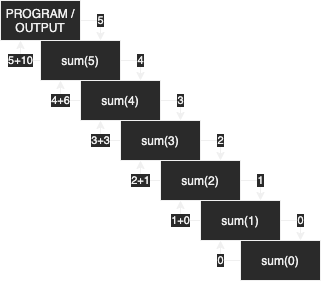
This is Resources/RecursionIntDiagram.png from SynMQU/COMP1010_2020, a draw.io export, as it was before one commit. Source tidied: cells renumbered, new cells last; positions are measured from the earlier drawing's top-left corner, leaving out a move shared by most shapes.
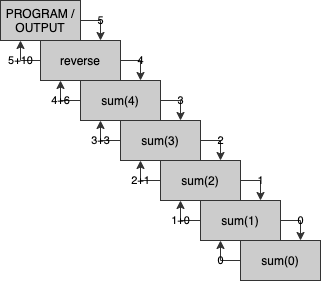
After the commit.

The edit, as a diff of the source:
```diff
@@ -2,84 +2,88 @@
   <root>
     <mxCell id="0" />
     <mxCell id="1" parent="0" />
-    <mxCell id="2" value="0" style="edgeStyle=orthogonalEdgeStyle;rounded=0;jettySize=auto;html=1;exitX=1;exitY=0.5;exitDx=0;exitDy=0;entryX=0.75;entryY=0;entryDx=0;entryDy=0;" parent="1" edge="1" source="3" target="5">
-      <mxGeometry relative="1" as="geometry" />
-    </mxCell>
+    <mxCell id="21" value="0" style="edgeStyle=orthogonalEdgeStyle;rounded=0;jettySize=auto;html=1;exitX=1;exitY=0.5;exitDx=0;exitDy=0;entryX=0.75;entryY=0;entryDx=0;entryDy=0;labelBackgroundColor=none;fontColor=#000000;strokeColor=#333333;" parent="1" edge="1" source="3">
+      <mxGeometry relative="1" as="geometry">
+        <mxPoint x="300" y="240" as="targetPoint" />
+      </mxGeometry>
+    </mxCell>
-    <mxCell id="3" value="sum(1)" style="rounded=0;whiteSpace=wrap;html=1;" parent="1" vertex="1">
+    <mxCell id="3" value="sum(1)" style="rounded=0;whiteSpace=wrap;html=1;labelBackgroundColor=none;fontColor=#000000;strokeColor=#333333;fillColor=#CCCCCC;" parent="1" vertex="1">
       <mxGeometry x="200" y="200" width="80" height="40" as="geometry" />
     </mxCell>
-    <mxCell id="4" value="0" style="edgeStyle=orthogonalEdgeStyle;rounded=0;jettySize=auto;html=1;exitX=0;exitY=0.5;exitDx=0;exitDy=0;entryX=0.25;entryY=1;entryDx=0;entryDy=0;" parent="1" edge="1" source="5" target="3">
-      <mxGeometry relative="1" as="geometry" />
-    </mxCell>
-    <mxCell id="5" value="sum(0)" style="rounded=0;whiteSpace=wrap;html=1;" parent="1" vertex="1">
-      <mxGeometry x="240" y="240" width="80" height="40" as="geometry" />
-    </mxCell>
+    <mxCell id="22" value="0" style="edgeStyle=orthogonalEdgeStyle;rounded=0;jettySize=auto;html=1;exitX=0;exitY=0.5;exitDx=0;exitDy=0;entryX=0.25;entryY=1;entryDx=0;entryDy=0;labelBackgroundColor=none;fontColor=#000000;strokeColor=#333333;" parent="1" edge="1" target="3">
+      <mxGeometry relative="1" as="geometry">
+        <mxPoint x="240" y="260" as="sourcePoint" />
+      </mxGeometry>
+    </mxCell>
-    <mxCell id="6" value="1" style="edgeStyle=orthogonalEdgeStyle;rounded=0;jettySize=auto;html=1;exitX=1;exitY=0.5;exitDx=0;exitDy=0;entryX=0.75;entryY=0;entryDx=0;entryDy=0;" parent="1" edge="1" source="7">
+    <mxCell id="6" value="1" style="edgeStyle=orthogonalEdgeStyle;rounded=0;jettySize=auto;html=1;exitX=1;exitY=0.5;exitDx=0;exitDy=0;entryX=0.75;entryY=0;entryDx=0;entryDy=0;labelBackgroundColor=none;fontColor=#000000;strokeColor=#333333;" parent="1" edge="1" source="7">
       <mxGeometry relative="1" as="geometry">
         <mxPoint x="260" y="200" as="targetPoint" />
       </mxGeometry>
     </mxCell>
-    <mxCell id="7" value="sum(2)" style="rounded=0;whiteSpace=wrap;html=1;" parent="1" vertex="1">
+    <mxCell id="7" value="sum(2)" style="rounded=0;whiteSpace=wrap;html=1;labelBackgroundColor=none;fontColor=#000000;strokeColor=#333333;fillColor=#CCCCCC;" parent="1" vertex="1">
       <mxGeometry x="160" y="160" width="80" height="40" as="geometry" />
     </mxCell>
-    <mxCell id="8" value="1+0" style="edgeStyle=orthogonalEdgeStyle;rounded=0;jettySize=auto;html=1;exitX=0;exitY=0.5;exitDx=0;exitDy=0;entryX=0.25;entryY=1;entryDx=0;entryDy=0;" parent="1" edge="1" target="7">
+    <mxCell id="8" value="1+0" style="edgeStyle=orthogonalEdgeStyle;rounded=0;jettySize=auto;html=1;exitX=0;exitY=0.5;exitDx=0;exitDy=0;entryX=0.25;entryY=1;entryDx=0;entryDy=0;labelBackgroundColor=none;fontColor=#000000;strokeColor=#333333;" parent="1" edge="1" target="7">
       <mxGeometry relative="1" as="geometry">
         <mxPoint x="200" y="220" as="sourcePoint" />
       </mxGeometry>
     </mxCell>
-    <mxCell id="9" value="2" style="edgeStyle=orthogonalEdgeStyle;rounded=0;jettySize=auto;html=1;exitX=1;exitY=0.5;exitDx=0;exitDy=0;entryX=0.75;entryY=0;entryDx=0;entryDy=0;" parent="1" edge="1" source="10">
+    <mxCell id="9" value="2" style="edgeStyle=orthogonalEdgeStyle;rounded=0;jettySize=auto;html=1;exitX=1;exitY=0.5;exitDx=0;exitDy=0;entryX=0.75;entryY=0;entryDx=0;entryDy=0;labelBackgroundColor=none;fontColor=#000000;strokeColor=#333333;" parent="1" edge="1" source="10">
       <mxGeometry relative="1" as="geometry">
         <mxPoint x="220" y="160" as="targetPoint" />
       </mxGeometry>
     </mxCell>
-    <mxCell id="10" value="sum(3)" style="rounded=0;whiteSpace=wrap;html=1;" parent="1" vertex="1">
+    <mxCell id="10" value="sum(3)" style="rounded=0;whiteSpace=wrap;html=1;labelBackgroundColor=none;fontColor=#000000;strokeColor=#333333;fillColor=#CCCCCC;" parent="1" vertex="1">
       <mxGeometry x="120" y="120" width="80" height="40" as="geometry" />
     </mxCell>
-    <mxCell id="11" value="2+1" style="edgeStyle=orthogonalEdgeStyle;rounded=0;jettySize=auto;html=1;exitX=0;exitY=0.5;exitDx=0;exitDy=0;entryX=0.25;entryY=1;entryDx=0;entryDy=0;" parent="1" edge="1" target="10">
+    <mxCell id="11" value="2+1" style="edgeStyle=orthogonalEdgeStyle;rounded=0;jettySize=auto;html=1;exitX=0;exitY=0.5;exitDx=0;exitDy=0;entryX=0.25;entryY=1;entryDx=0;entryDy=0;labelBackgroundColor=none;fontColor=#000000;strokeColor=#333333;" parent="1" edge="1" target="10">
       <mxGeometry relative="1" as="geometry">
         <mxPoint x="160" y="180" as="sourcePoint" />
       </mxGeometry>
     </mxCell>
-    <mxCell id="12" value="3" style="edgeStyle=orthogonalEdgeStyle;rounded=0;jettySize=auto;html=1;exitX=1;exitY=0.5;exitDx=0;exitDy=0;entryX=0.75;entryY=0;entryDx=0;entryDy=0;" parent="1" edge="1" source="13">
+    <mxCell id="12" value="3" style="edgeStyle=orthogonalEdgeStyle;rounded=0;jettySize=auto;html=1;exitX=1;exitY=0.5;exitDx=0;exitDy=0;entryX=0.75;entryY=0;entryDx=0;entryDy=0;labelBackgroundColor=none;fontColor=#000000;strokeColor=#333333;" parent="1" edge="1" source="13">
       <mxGeometry relative="1" as="geometry">
         <mxPoint x="180" y="120" as="targetPoint" />
       </mxGeometry>
     </mxCell>
-    <mxCell id="13" value="sum(4)" style="rounded=0;whiteSpace=wrap;html=1;" parent="1" vertex="1">
+    <mxCell id="13" value="sum(4)" style="rounded=0;whiteSpace=wrap;html=1;labelBackgroundColor=none;fontColor=#000000;strokeColor=#333333;fillColor=#CCCCCC;" parent="1" vertex="1">
       <mxGeometry x="80" y="80" width="80" height="40" as="geometry" />
     </mxCell>
-    <mxCell id="14" value="3+3" style="edgeStyle=orthogonalEdgeStyle;rounded=0;jettySize=auto;html=1;exitX=0;exitY=0.5;exitDx=0;exitDy=0;entryX=0.25;entryY=1;entryDx=0;entryDy=0;" parent="1" edge="1" target="13">
+    <mxCell id="14" value="3+3" style="edgeStyle=orthogonalEdgeStyle;rounded=0;jettySize=auto;html=1;exitX=0;exitY=0.5;exitDx=0;exitDy=0;entryX=0.25;entryY=1;entryDx=0;entryDy=0;labelBackgroundColor=none;fontColor=#000000;strokeColor=#333333;" parent="1" edge="1" target="13">
       <mxGeometry relative="1" as="geometry">
         <mxPoint x="120" y="140" as="sourcePoint" />
       </mxGeometry>
     </mxCell>
-    <mxCell id="15" value="4" style="edgeStyle=orthogonalEdgeStyle;rounded=0;jettySize=auto;html=1;exitX=1;exitY=0.5;exitDx=0;exitDy=0;entryX=0.75;entryY=0;entryDx=0;entryDy=0;" parent="1" edge="1" source="16">
+    <mxCell id="15" value="4" style="edgeStyle=orthogonalEdgeStyle;rounded=0;jettySize=auto;html=1;exitX=1;exitY=0.5;exitDx=0;exitDy=0;entryX=0.75;entryY=0;entryDx=0;entryDy=0;labelBackgroundColor=none;fontColor=#000000;strokeColor=#333333;" parent="1" edge="1" source="23">
       <mxGeometry relative="1" as="geometry">
         <mxPoint x="140" y="80" as="targetPoint" />
       </mxGeometry>
     </mxCell>
-    <mxCell id="16" value="sum(5)" style="rounded=0;whiteSpace=wrap;html=1;" parent="1" vertex="1">
-      <mxGeometry x="40" y="40" width="80" height="40" as="geometry" />
-    </mxCell>
+    <mxCell id="23" value="reverse" style="rounded=0;whiteSpace=wrap;html=1;labelBackgroundColor=none;fontColor=#000000;strokeColor=#333333;fillColor=#CCCCCC;" parent="1" vertex="1">
+      <mxGeometry x="40" y="40" width="80" height="40" as="geometry" />
+    </mxCell>
-    <mxCell id="17" value="4+6" style="edgeStyle=orthogonalEdgeStyle;rounded=0;jettySize=auto;html=1;exitX=0;exitY=0.5;exitDx=0;exitDy=0;entryX=0.25;entryY=1;entryDx=0;entryDy=0;" parent="1" edge="1" target="16">
+    <mxCell id="17" value="4+6" style="edgeStyle=orthogonalEdgeStyle;rounded=0;jettySize=auto;html=1;exitX=0;exitY=0.5;exitDx=0;exitDy=0;entryX=0.25;entryY=1;entryDx=0;entryDy=0;labelBackgroundColor=none;fontColor=#000000;strokeColor=#333333;" parent="1" edge="1" target="23">
       <mxGeometry relative="1" as="geometry">
         <mxPoint x="80" y="100" as="sourcePoint" />
       </mxGeometry>
     </mxCell>
-    <mxCell id="18" value="5" style="edgeStyle=orthogonalEdgeStyle;rounded=0;orthogonalLoop=1;jettySize=auto;html=1;exitX=1;exitY=0.5;exitDx=0;exitDy=0;entryX=0.75;entryY=0;entryDx=0;entryDy=0;" parent="1" edge="1">
+    <mxCell id="18" value="5" style="edgeStyle=orthogonalEdgeStyle;rounded=0;orthogonalLoop=1;jettySize=auto;html=1;exitX=1;exitY=0.5;exitDx=0;exitDy=0;entryX=0.75;entryY=0;entryDx=0;entryDy=0;labelBackgroundColor=none;fontColor=#000000;strokeColor=#333333;" parent="1" edge="1">
       <mxGeometry relative="1" as="geometry">
         <mxPoint x="80" y="20" as="sourcePoint" />
         <mxPoint x="100" y="40" as="targetPoint" />
       </mxGeometry>
     </mxCell>
-    <mxCell id="19" value="5+10" style="edgeStyle=orthogonalEdgeStyle;rounded=0;orthogonalLoop=1;jettySize=auto;html=1;exitX=0;exitY=0.5;exitDx=0;exitDy=0;entryX=0.25;entryY=1;entryDx=0;entryDy=0;" parent="1" edge="1">
+    <mxCell id="19" value="5+10" style="edgeStyle=orthogonalEdgeStyle;rounded=0;orthogonalLoop=1;jettySize=auto;html=1;exitX=0;exitY=0.5;exitDx=0;exitDy=0;entryX=0.25;entryY=1;entryDx=0;entryDy=0;labelBackgroundColor=none;fontColor=#000000;strokeColor=#333333;" parent="1" edge="1">
       <mxGeometry relative="1" as="geometry">
         <mxPoint x="40" y="60" as="sourcePoint" />
         <mxPoint x="20" y="40" as="targetPoint" />
       </mxGeometry>
     </mxCell>
-    <mxCell id="20" value="PROGRAM / OUTPUT" style="rounded=0;whiteSpace=wrap;html=1;" parent="1" vertex="1">
+    <mxCell id="20" value="PROGRAM / OUTPUT" style="rounded=0;whiteSpace=wrap;html=1;labelBackgroundColor=none;fontColor=#000000;strokeColor=#333333;fillColor=#CCCCCC;" parent="1" vertex="1">
       <mxGeometry width="80" height="40" as="geometry" />
     </mxCell>
+    <mxCell id="5" value="sum(0)" style="rounded=0;whiteSpace=wrap;html=1;labelBackgroundColor=none;fontColor=#000000;strokeColor=#333333;fillColor=#CCCCCC;" parent="1" vertex="1">
+      <mxGeometry x="240" y="240" width="80" height="40" as="geometry" />
+    </mxCell>
   </root>
 </mxGraphModel>
```
